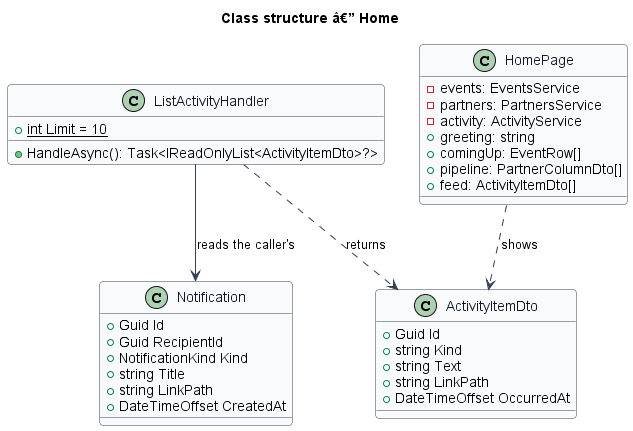
The PlantUML diagram docs/detailed-designs/platform/home/diagrams/class-structure.png in QuinntyneBrown/faithtech-community, before a commit. Its diagram source:
```plantuml
@startuml
skinparam backgroundColor #FFFFFF
skinparam shadowing false
skinparam roundcorner 8
skinparam defaultFontName Arial
skinparam ArrowColor #344054
skinparam class {
  BorderColor #344054
  FontColor #101828
  BackgroundColor #F9FAFB
}
title Class structure â€” Home
class ListActivityHandler {
  +{static} int Limit = 10
  +HandleAsync(): Task<IReadOnlyList<ActivityItemDto>?>
}
class ActivityItemDto {
  +Guid Id
  +string Kind
  +string Text
  +string LinkPath
  +DateTimeOffset OccurredAt
}
class Notification {
  +Guid Id
  +Guid RecipientId
  +NotificationKind Kind
  +string Title
  +string LinkPath
  +DateTimeOffset CreatedAt
}
class HomePage {
  -events: EventsService
  -partners: PartnersService
  -activity: ActivityService
  +greeting: string
  +comingUp: EventRow[]
  +pipeline: PartnerColumnDto[]
  +feed: ActivityItemDto[]
}
ListActivityHandler --> Notification : reads the caller's
ListActivityHandler ..> ActivityItemDto : returns
HomePage ..> ActivityItemDto : shows
@enduml
```
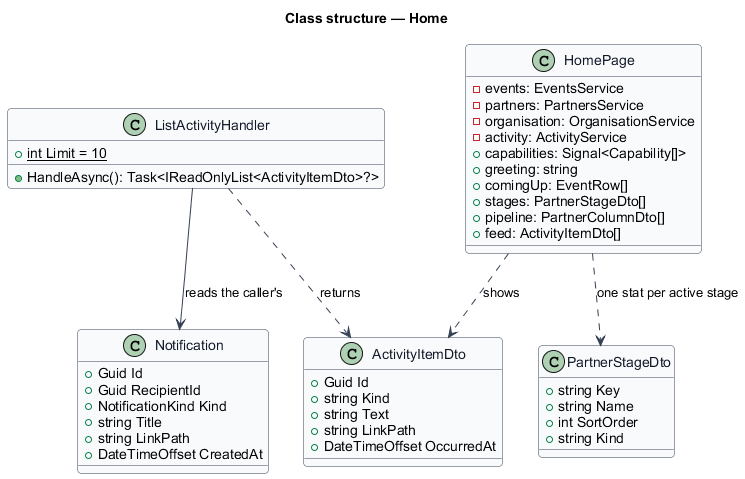
The same file after the commit.

Change to the diagram source:
```diff
@@ -9,7 +9,7 @@
   FontColor #101828
   BackgroundColor #F9FAFB
 }
-title Class structure â€” Home
+title Class structure — Home
 class ListActivityHandler {
   +{static} int Limit = 10
   +HandleAsync(): Task<IReadOnlyList<ActivityItemDto>?>
@@ -29,15 +29,25 @@
   +string LinkPath
   +DateTimeOffset CreatedAt
 }
+class PartnerStageDto {
+  +string Key
+  +string Name
+  +int SortOrder
+  +string Kind
+}
 class HomePage {
   -events: EventsService
   -partners: PartnersService
+  -organisation: OrganisationService
   -activity: ActivityService
+  +capabilities: Signal<Capability[]>
   +greeting: string
   +comingUp: EventRow[]
+  +stages: PartnerStageDto[]
   +pipeline: PartnerColumnDto[]
   +feed: ActivityItemDto[]
 }
+HomePage ..> PartnerStageDto : one stat per active stage
 ListActivityHandler --> Notification : reads the caller's
 ListActivityHandler ..> ActivityItemDto : returns
 HomePage ..> ActivityItemDto : shows
```
